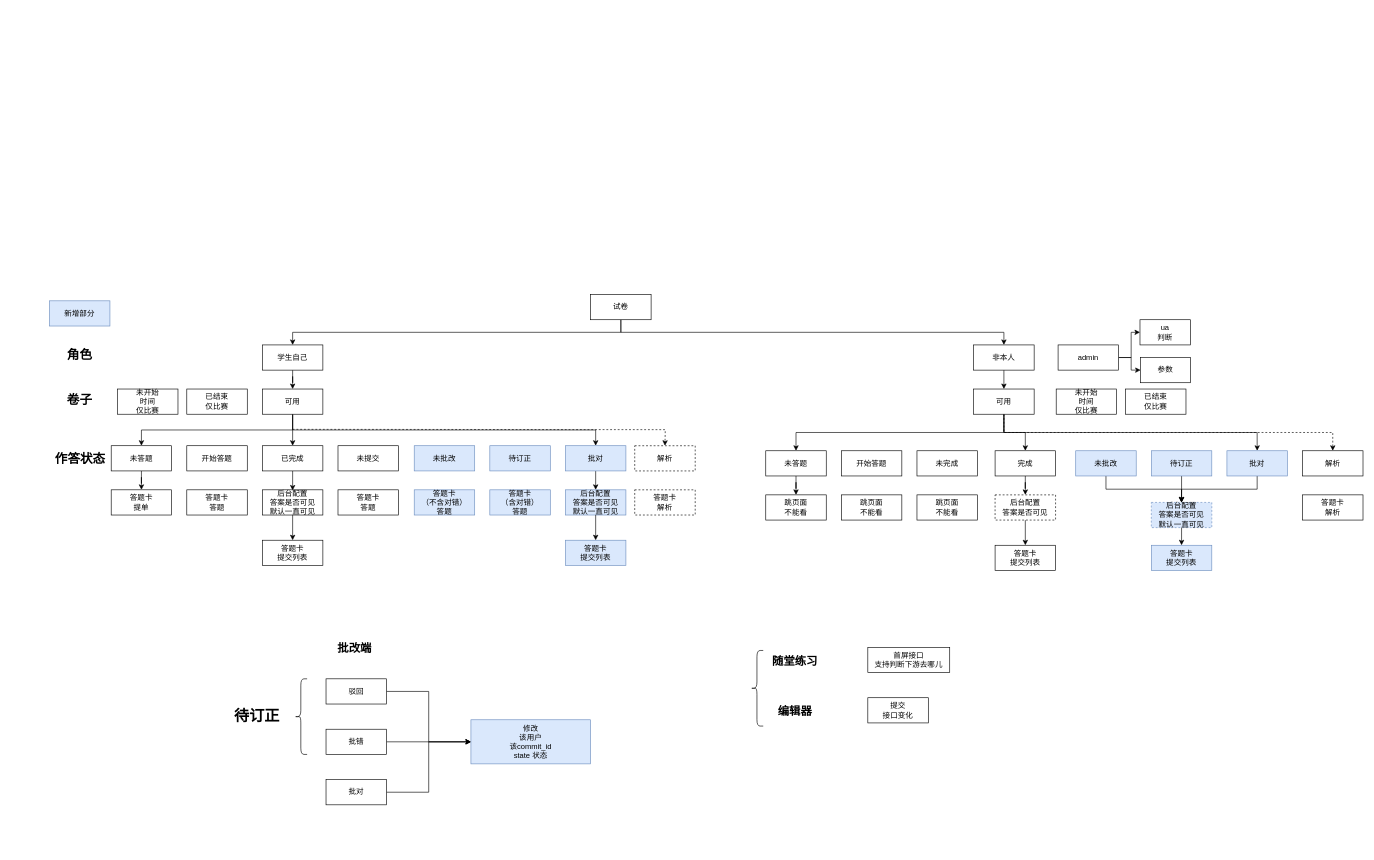
The draw.io diagram page "题库-随堂练习" (4 of 8) of my-project/未命名绘图.drawio in gmtaurus/ceshi, before the edit. Source tidied: cells renumbered, new cells numbered last; positions are measured from the earlier drawing's top-left corner, leaving out a move shared by most shapes. Both pictures are drawn from the tidied source at 63%, with x=0, y=0 at pixel (36, 294).
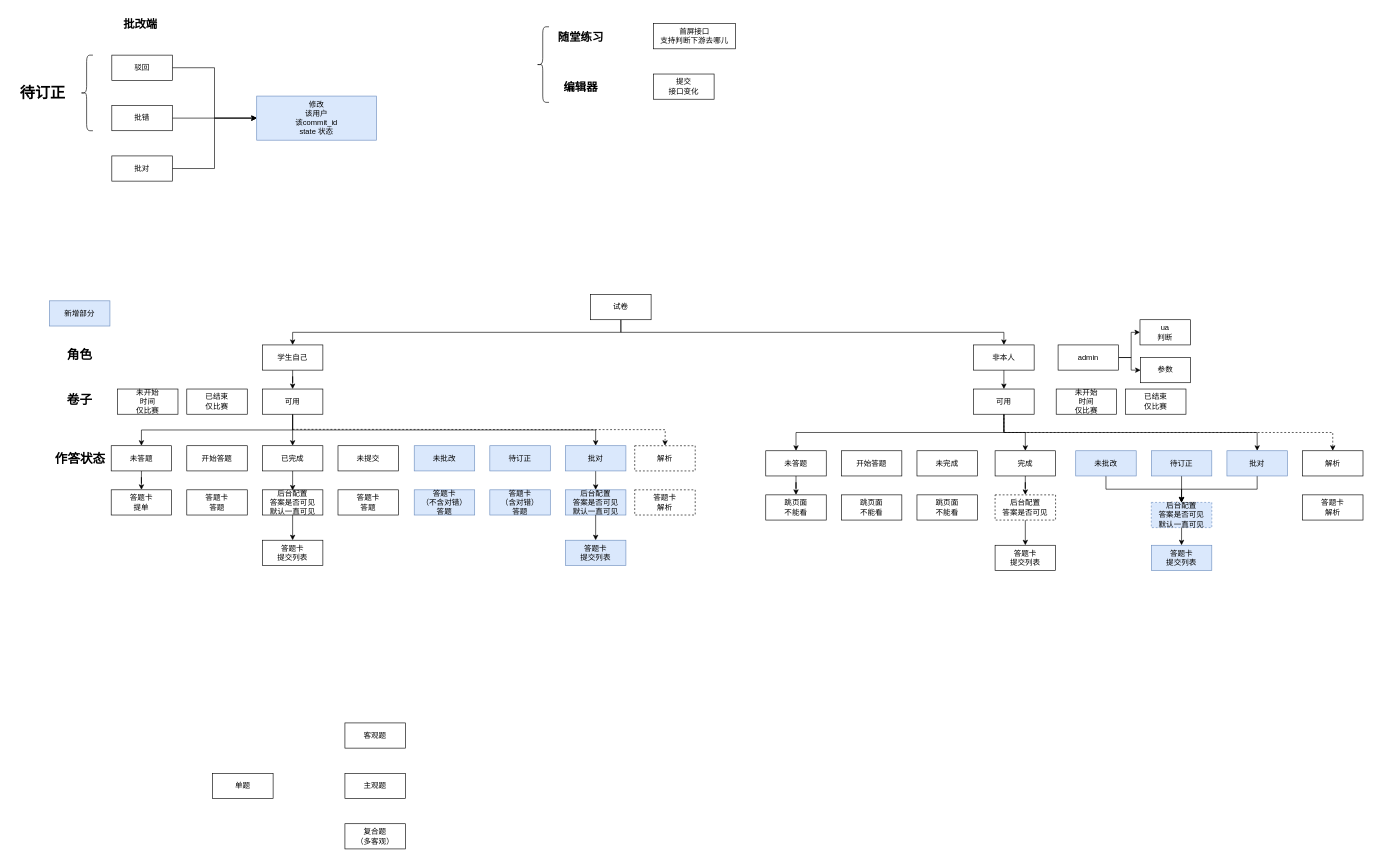
The same page after the edit.

What changed in the source:
```diff
@@
     <mxCell id="79" value="驳回" style="rounded=0;whiteSpace=wrap;html=1;" parent="1" vertex="1">
-      <mxGeometry x="460" y="610" width="96" height="40" as="geometry" />
+      <mxGeometry x="120" y="-380" width="96" height="40" as="geometry" />
     </mxCell>
@@
     <mxCell id="81" value="批错" style="rounded=0;whiteSpace=wrap;html=1;" parent="1" vertex="1">
-      <mxGeometry x="460" y="690" width="96" height="40" as="geometry" />
+      <mxGeometry x="120" y="-300" width="96" height="40" as="geometry" />
     </mxCell>
     <mxCell id="82" value="修改&lt;br&gt;该用户&lt;br&gt;该commit_id&lt;br&gt;state 状态" style="rounded=0;whiteSpace=wrap;html=1;fillColor=#dae8fc;strokeColor=#6c8ebf;" parent="1" vertex="1">
-      <mxGeometry x="690" y="675" width="190" height="70" as="geometry" />
+      <mxGeometry x="350" y="-315" width="190" height="70" as="geometry" />
     </mxCell>
     <mxCell id="83" style="shape=curlyBracket;whiteSpace=wrap;html=1;rounded=1;fontSize=12;" parent="1" vertex="1">
-      <mxGeometry x="410" y="610" width="20" height="120" as="geometry" />
+      <mxGeometry x="70" y="-380" width="20" height="120" as="geometry" />
     </mxCell>
     <mxCell id="84" value="待订正" style="text;strokeColor=none;fillColor=none;html=1;fontSize=24;fontStyle=1;verticalAlign=middle;align=center;dashed=1;" parent="1" vertex="1">
-      <mxGeometry x="300" y="650" width="100" height="40" as="geometry" />
+      <mxGeometry x="-40" y="-340" width="100" height="40" as="geometry" />
     </mxCell>
@@
     <mxCell id="86" value="批对" style="rounded=0;whiteSpace=wrap;html=1;" parent="1" vertex="1">
-      <mxGeometry x="460" y="770" width="96" height="40" as="geometry" />
+      <mxGeometry x="120" y="-220" width="96" height="40" as="geometry" />
     </mxCell>
     <mxCell id="87" value="&lt;font style=&quot;font-size: 18px;&quot;&gt;批改端&lt;/font&gt;" style="text;strokeColor=none;fillColor=none;html=1;fontSize=24;fontStyle=1;verticalAlign=middle;align=center;" parent="1" vertex="1">
-      <mxGeometry x="455" y="540" width="100" height="40" as="geometry" />
+      <mxGeometry x="115" y="-450" width="100" height="40" as="geometry" />
     </mxCell>
     <mxCell id="88" value="&lt;span style=&quot;font-size: 18px;&quot;&gt;随堂练习&lt;/span&gt;" style="text;strokeColor=none;fillColor=none;html=1;fontSize=24;fontStyle=1;verticalAlign=middle;align=center;" parent="1" vertex="1">
-      <mxGeometry x="1154" y="560" width="100" height="40" as="geometry" />
+      <mxGeometry x="814" y="-430" width="100" height="40" as="geometry" />
     </mxCell>
     <mxCell id="89" value="&lt;span style=&quot;font-size: 18px;&quot;&gt;编辑器&lt;/span&gt;" style="text;strokeColor=none;fillColor=none;html=1;fontSize=24;fontStyle=1;verticalAlign=middle;align=center;" parent="1" vertex="1">
-      <mxGeometry x="1154" y="640" width="100" height="40" as="geometry" />
+      <mxGeometry x="814" y="-350" width="100" height="40" as="geometry" />
     </mxCell>
     <mxCell id="90" style="shape=curlyBracket;whiteSpace=wrap;html=1;rounded=1;fontSize=18;size=0.5;" parent="1" vertex="1">
-      <mxGeometry x="1134" y="565" width="20" height="120" as="geometry" />
+      <mxGeometry x="794" y="-425" width="20" height="120" as="geometry" />
     </mxCell>
     <mxCell id="91" value="提交&lt;br&gt;接口变化" style="rounded=0;whiteSpace=wrap;html=1;" parent="1" vertex="1">
-      <mxGeometry x="1320" y="640" width="96" height="40" as="geometry" />
+      <mxGeometry x="980" y="-350" width="96" height="40" as="geometry" />
     </mxCell>
     <mxCell id="92" value="首屏接口&lt;br&gt;支持判断下游去哪儿" style="rounded=0;whiteSpace=wrap;html=1;" parent="1" vertex="1">
-      <mxGeometry x="1320" y="560" width="130" height="40" as="geometry" />
+      <mxGeometry x="980" y="-430" width="130" height="40" as="geometry" />
     </mxCell>
+    <mxCell id="93" value="单题" style="rounded=0;whiteSpace=wrap;html=1;" parent="1" vertex="1">
+      <mxGeometry x="280" y="760" width="96" height="40" as="geometry" />
+    </mxCell>
+    <mxCell id="94" value="客观题" style="rounded=0;whiteSpace=wrap;html=1;" parent="1" vertex="1">
+      <mxGeometry x="490" y="680" width="96" height="40" as="geometry" />
+    </mxCell>
+    <mxCell id="95" value="主观题" style="rounded=0;whiteSpace=wrap;html=1;" parent="1" vertex="1">
+      <mxGeometry x="490" y="760" width="96" height="40" as="geometry" />
+    </mxCell>
+    <mxCell id="96" value="复合题&lt;br&gt;（多客观）" style="rounded=0;whiteSpace=wrap;html=1;" parent="1" vertex="1">
+      <mxGeometry x="490" y="840" width="96" height="40" as="geometry" />
+    </mxCell>
```
